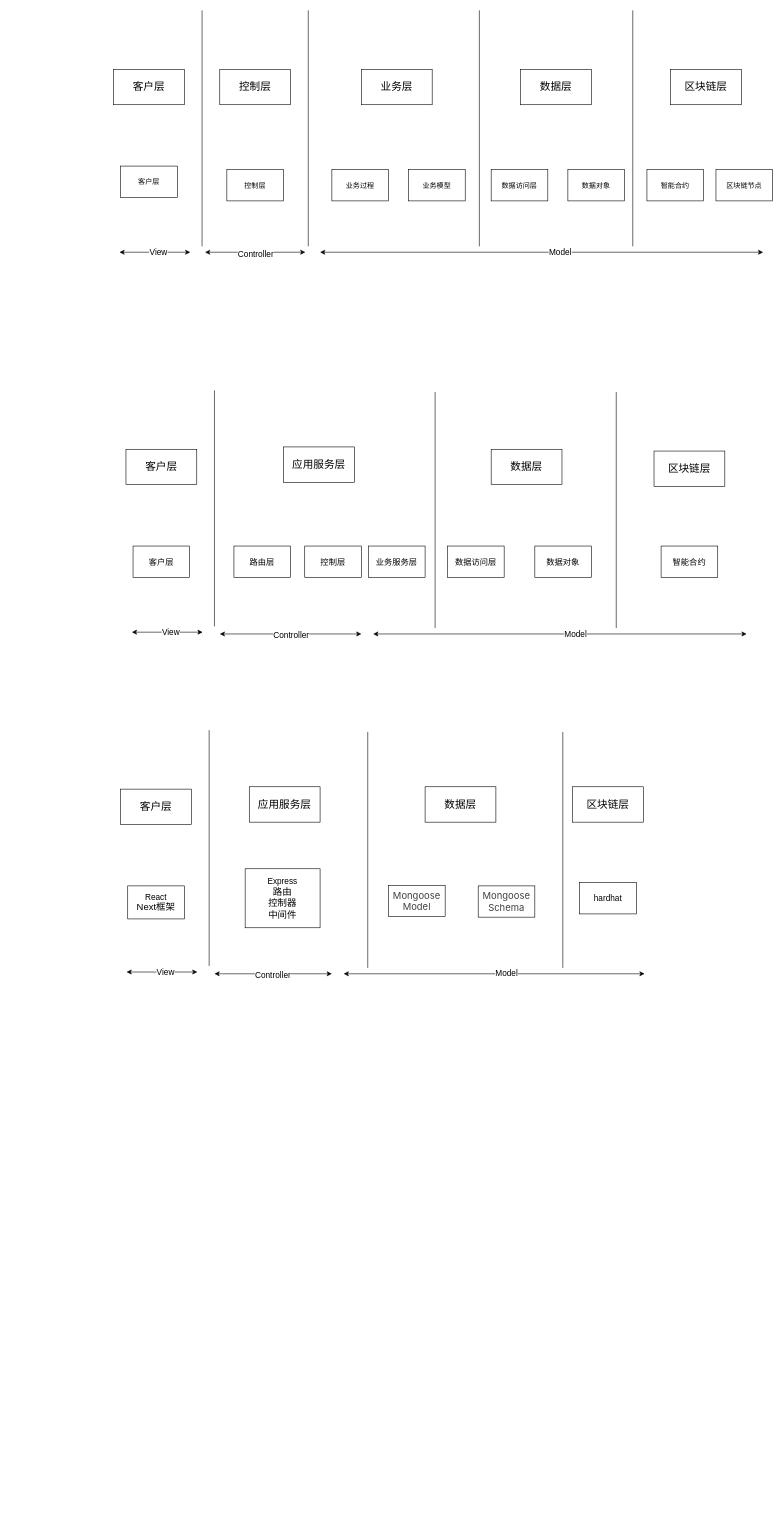
coconal/draw keeps this draw.io diagram as system/未命名绘图.drawio. Above is the earlier version. Source tidied: cells renumbered, new cells numbered last; positions are measured from the earlier drawing's top-left corner, leaving out a move shared by most shapes. Both pictures are drawn from the tidied source at 59%, with x=0, y=0 at pixel (113, 10).
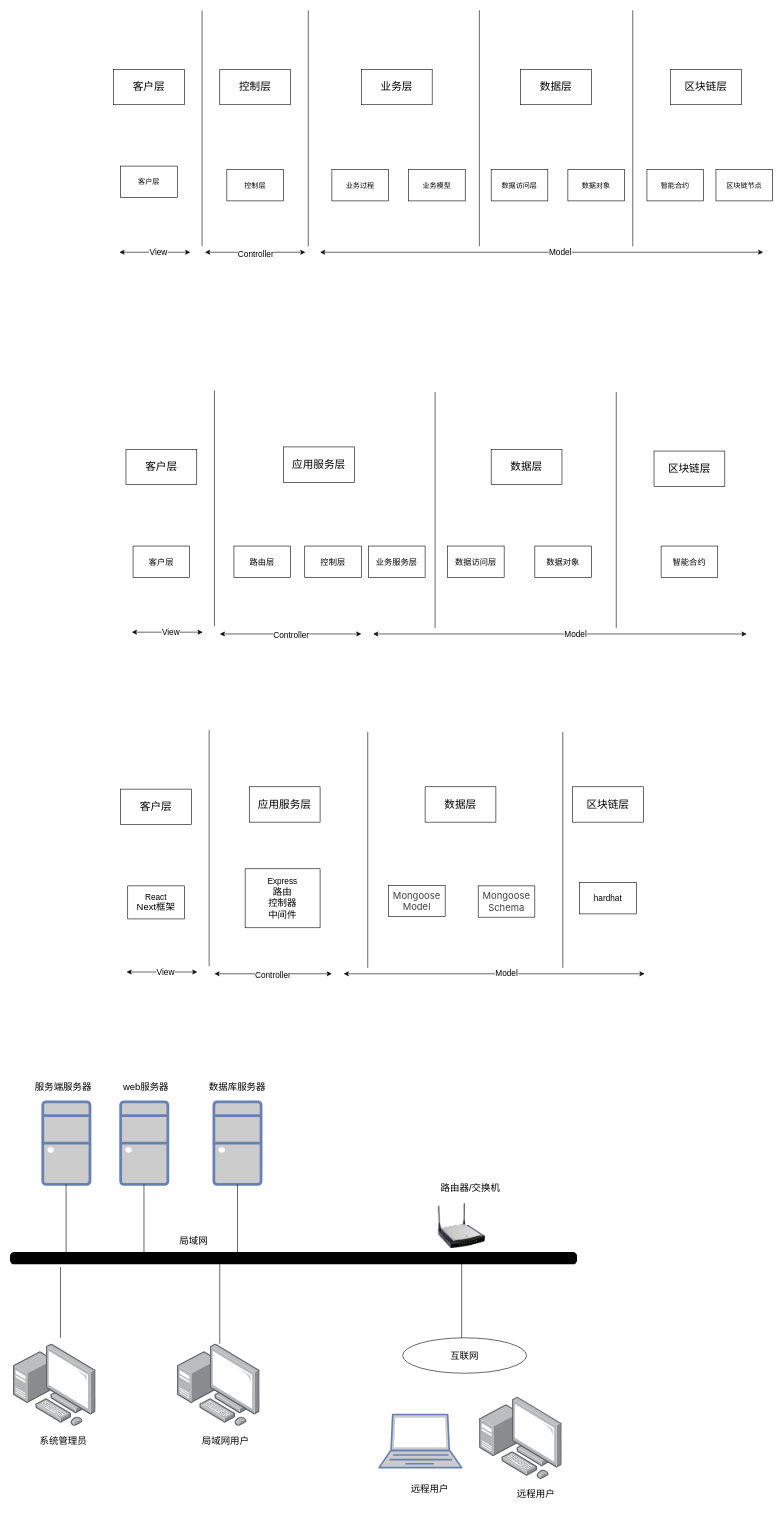
The same page after the edit.

Commit message:
网络拓扑图

The edit, as a diff of the source:
```diff
@@
-    <mxCell id="33" value="&lt;font style=&quot;font-size: 14px;&quot;&gt;客户层&lt;/font&gt;" style="rounded=0;whiteSpace=wrap;html=1;" parent="1" vertex="1">
+    <mxCell id="33" value="&lt;font&gt;客户层&lt;/font&gt;" style="rounded=0;whiteSpace=wrap;html=1;fontSize=14;" parent="1" vertex="1">
       <mxGeometry x="33" y="908" width="96" height="53" as="geometry" />
     </mxCell>
@@
-    <mxCell id="43" value="&lt;font style=&quot;font-size: 14px;&quot;&gt;路由层&lt;/font&gt;" style="rounded=0;whiteSpace=wrap;html=1;" parent="1" vertex="1">
+    <mxCell id="43" value="&lt;font&gt;路由层&lt;/font&gt;" style="rounded=0;whiteSpace=wrap;html=1;fontSize=14;" parent="1" vertex="1">
       <mxGeometry x="204" y="908" width="96" height="53" as="geometry" />
     </mxCell>
@@
+    <mxCell id="63" style="image;html=1;align=center;shadow=0;dashed=0;image=img/lib/allied_telesis/computer_and_terminals/Personal_Computer_with_Server.svg;fontSize=16;" parent="1" vertex="1">
+      <mxGeometry x="-170" y="2260" width="140" height="140" as="geometry" />
+    </mxCell>
+    <mxCell id="64" style="image;html=1;align=center;shadow=0;dashed=0;image=img/lib/allied_telesis/computer_and_terminals/Personal_Computer_with_Server.svg;fontSize=16;" parent="1" vertex="1">
+      <mxGeometry x="108" y="2260" width="140" height="140" as="geometry" />
+    </mxCell>
+    <mxCell id="65" style="fontColor=#0066CC;verticalAlign=top;verticalLabelPosition=bottom;labelPosition=center;align=center;html=1;fillColor=#CCCCCC;strokeColor=#6881B3;gradientColor=none;gradientDirection=north;strokeWidth=2;shape=mxgraph.networks.desktop_pc;fontSize=16;" parent="1" vertex="1">
+      <mxGeometry x="12" y="1850" width="80" height="140" as="geometry" />
+    </mxCell>
+    <mxCell id="66" style="fontColor=#0066CC;verticalAlign=top;verticalLabelPosition=bottom;labelPosition=center;align=center;html=1;fillColor=#CCCCCC;strokeColor=#6881B3;gradientColor=none;gradientDirection=north;strokeWidth=2;shape=mxgraph.networks.desktop_pc;fontSize=16;" parent="1" vertex="1">
+      <mxGeometry x="170" y="1850" width="80" height="140" as="geometry" />
+    </mxCell>
+    <mxCell id="67" style="rounded=1;whiteSpace=wrap;html=1;strokeWidth=11;fontSize=16;" parent="1" vertex="1">
+      <mxGeometry x="-170" y="2110" width="950" height="10" as="geometry" />
+    </mxCell>
+    <mxCell id="68" style="orthogonalLoop=1;jettySize=auto;html=1;rounded=0;endArrow=none;startFill=0;fontSize=16;" parent="1" edge="1">
+      <mxGeometry relative="1" as="geometry">
+        <mxPoint x="-90" y="2130" as="sourcePoint" />
+        <mxPoint x="-90" y="2250" as="targetPoint" />
+      </mxGeometry>
+    </mxCell>
+    <mxCell id="69" style="orthogonalLoop=1;jettySize=auto;html=1;rounded=0;endArrow=none;startFill=0;fontSize=16;" parent="1" edge="1">
+      <mxGeometry relative="1" as="geometry">
+        <mxPoint x="180" y="2125" as="sourcePoint" />
+        <mxPoint x="180" y="2260" as="targetPoint" />
+      </mxGeometry>
+    </mxCell>
+    <mxCell id="70" style="orthogonalLoop=1;jettySize=auto;html=1;rounded=0;endArrow=none;startFill=0;fontSize=16;" parent="1" edge="1">
+      <mxGeometry relative="1" as="geometry">
+        <mxPoint x="51.5" y="1990" as="sourcePoint" />
+        <mxPoint x="51.5" y="2110" as="targetPoint" />
+      </mxGeometry>
+    </mxCell>
+    <mxCell id="71" style="orthogonalLoop=1;jettySize=auto;html=1;rounded=0;endArrow=none;startFill=0;fontSize=16;" parent="1" edge="1">
+      <mxGeometry relative="1" as="geometry">
+        <mxPoint x="210" y="1990" as="sourcePoint" />
+        <mxPoint x="210" y="2110" as="targetPoint" />
+      </mxGeometry>
+    </mxCell>
+    <mxCell id="72" value="web服务器" style="text;html=1;align=center;verticalAlign=middle;whiteSpace=wrap;rounded=0;fontSize=16;" parent="1" vertex="1">
+      <mxGeometry y="1810" width="110" height="30" as="geometry" />
+    </mxCell>
+    <mxCell id="73" style="fontColor=#0066CC;verticalAlign=top;verticalLabelPosition=bottom;labelPosition=center;align=center;html=1;fillColor=#CCCCCC;strokeColor=#6881B3;gradientColor=none;gradientDirection=north;strokeWidth=2;shape=mxgraph.networks.desktop_pc;fontSize=16;" parent="1" vertex="1">
+      <mxGeometry x="-120" y="1850" width="80" height="140" as="geometry" />
+    </mxCell>
+    <mxCell id="74" style="orthogonalLoop=1;jettySize=auto;html=1;rounded=0;endArrow=none;startFill=0;fontSize=16;" parent="1" edge="1">
+      <mxGeometry relative="1" as="geometry">
+        <mxPoint x="-80.5" y="1990" as="sourcePoint" />
+        <mxPoint x="-80.5" y="2110" as="targetPoint" />
+      </mxGeometry>
+    </mxCell>
+    <mxCell id="75" value="服务端服务器" style="text;html=1;align=center;verticalAlign=middle;whiteSpace=wrap;rounded=0;fontSize=16;" parent="1" vertex="1">
+      <mxGeometry x="-140" y="1810" width="110" height="30" as="geometry" />
+    </mxCell>
+    <mxCell id="76" value="数据库服务器" style="text;html=1;align=center;verticalAlign=middle;whiteSpace=wrap;rounded=0;fontSize=16;" parent="1" vertex="1">
+      <mxGeometry x="160" y="1810" width="100" height="30" as="geometry" />
+    </mxCell>
+    <mxCell id="77" value="系统管理员" style="text;html=1;align=center;verticalAlign=middle;whiteSpace=wrap;rounded=0;fontSize=16;" parent="1" vertex="1">
+      <mxGeometry x="-130" y="2410" width="90" height="30" as="geometry" />
+    </mxCell>
+    <mxCell id="78" value="局域网用户" style="text;html=1;align=center;verticalAlign=middle;whiteSpace=wrap;rounded=0;fontSize=16;" parent="1" vertex="1">
+      <mxGeometry x="140" y="2410" width="100" height="30" as="geometry" />
+    </mxCell>
+    <mxCell id="79" value="局域网" style="text;html=1;align=center;verticalAlign=middle;whiteSpace=wrap;rounded=0;fontSize=16;" parent="1" vertex="1">
+      <mxGeometry x="100" y="2070" width="72" height="30" as="geometry" />
+    </mxCell>
+    <mxCell id="80" style="image;html=1;image=img/lib/clip_art/networking/Wireless_Router_N_128x128.png;fontSize=16;" parent="1" vertex="1">
+      <mxGeometry x="550" y="2020" width="80" height="80" as="geometry" />
+    </mxCell>
+    <mxCell id="81" value="路由器/交换机" style="text;html=1;align=center;verticalAlign=middle;whiteSpace=wrap;rounded=0;fontSize=16;" parent="1" vertex="1">
+      <mxGeometry x="550" y="1980" width="110" height="30" as="geometry" />
+    </mxCell>
+    <mxCell id="82" style="orthogonalLoop=1;jettySize=auto;html=1;rounded=0;endArrow=none;startFill=0;fontSize=16;" parent="1" edge="1">
+      <mxGeometry relative="1" as="geometry">
+        <mxPoint x="590" y="2120" as="sourcePoint" />
+        <mxPoint x="590" y="2255" as="targetPoint" />
+      </mxGeometry>
+    </mxCell>
+    <mxCell id="83" style="fontColor=#0066CC;verticalAlign=top;verticalLabelPosition=bottom;labelPosition=center;align=center;html=1;fillColor=#CCCCCC;strokeColor=#6881B3;gradientColor=none;gradientDirection=north;strokeWidth=2;shape=mxgraph.networks.laptop;fontSize=16;" parent="1" vertex="1">
+      <mxGeometry x="450" y="2380" width="140" height="90" as="geometry" />
+    </mxCell>
+    <mxCell id="84" value="互联网" style="ellipse;whiteSpace=wrap;html=1;fontSize=16;" parent="1" vertex="1">
+      <mxGeometry x="490" y="2250" width="210" height="60" as="geometry" />
+    </mxCell>
+    <mxCell id="85" style="image;html=1;align=center;shadow=0;dashed=0;image=img/lib/allied_telesis/computer_and_terminals/Personal_Computer_with_Server.svg;fontSize=16;" parent="1" vertex="1">
+      <mxGeometry x="620" y="2350" width="140" height="140" as="geometry" />
+    </mxCell>
+    <mxCell id="86" value="远程用户" style="text;html=1;align=center;verticalAlign=middle;whiteSpace=wrap;rounded=0;fontSize=16;" parent="1" vertex="1">
+      <mxGeometry x="500" y="2490" width="72" height="30" as="geometry" />
+    </mxCell>
+    <mxCell id="87" value="远程用户" style="text;html=1;align=center;verticalAlign=middle;whiteSpace=wrap;rounded=0;fontSize=16;" parent="1" vertex="1">
+      <mxGeometry x="680" y="2500" width="72" height="30" as="geometry" />
+    </mxCell>
```
